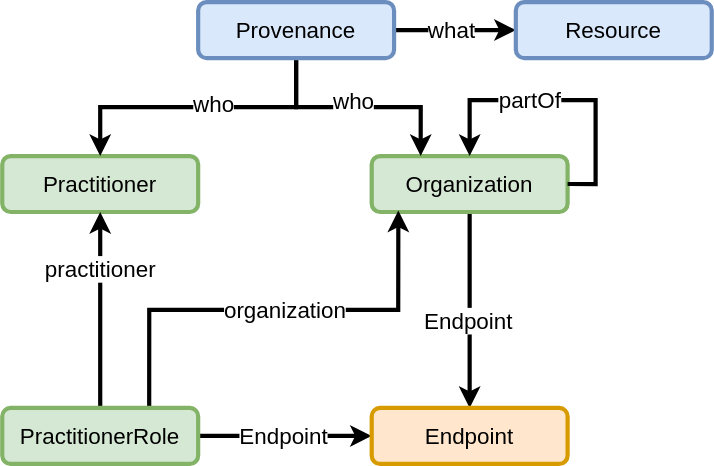
Before: images/VZD_FHIR_Directory_Resourcen.svg, a diagram exported from draw.io (gematik/api-vzd). Source tidied: cells renumbered, new cells last; positions are measured from the earlier drawing's top-left corner, leaving out a move shared by most shapes.
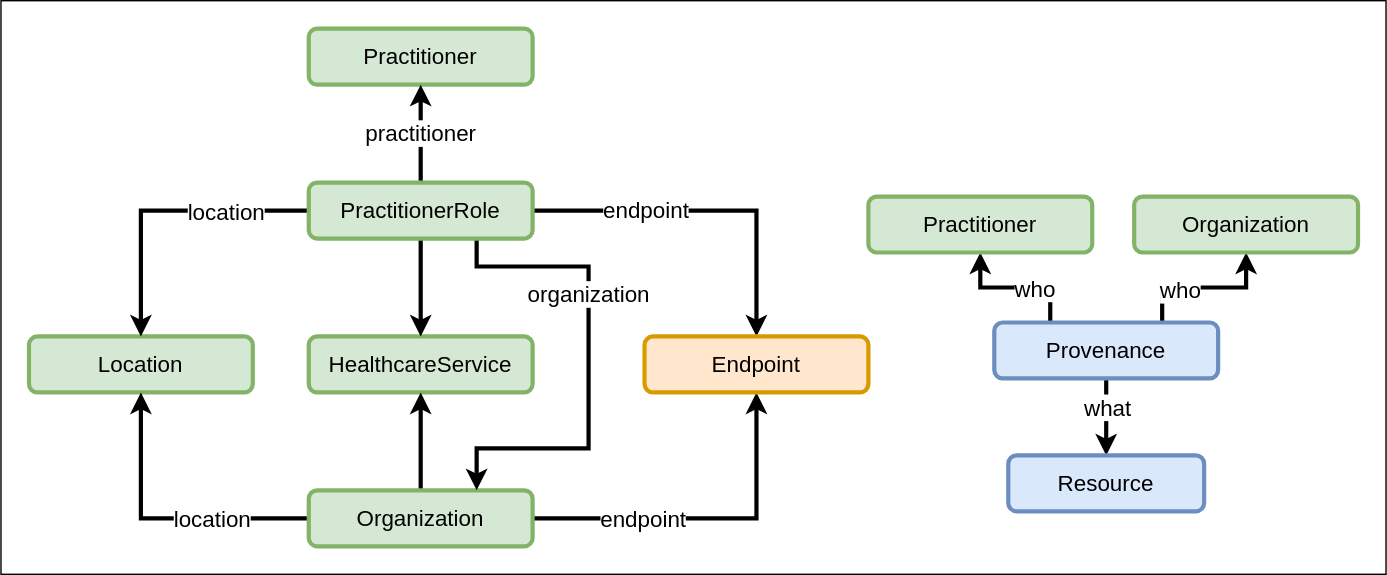
After the change.

The edit, as a diff of the source:
```diff
@@ -1,88 +1,106 @@
-<mxGraphModel>
+<mxGraphModel background="#FFFFFF">
   <root>
     <mxCell id="0" />
     <mxCell id="1" parent="0" />
-    <mxCell id="2" style="edgeStyle=orthogonalEdgeStyle;rounded=0;jettySize=auto;html=1;exitX=0.5;exitY=1;exitDx=0;exitDy=0;fontSize=16;strokeWidth=3;" parent="1" edge="1" source="4" target="13">
-      <mxGeometry relative="1" as="geometry" />
-    </mxCell>
-    <mxCell id="3" value="Endpoint" style="edgeLabel;html=1;align=center;verticalAlign=middle;fontSize=16;" parent="2" vertex="1">
-      <mxGeometry x="0.1" y="-1" relative="1" as="geometry" />
-    </mxCell>
-    <mxCell id="4" value="Organization" style="rounded=1;whiteSpace=wrap;html=1;fillColor=#d5e8d4;strokeColor=#82b366;strokeWidth=3;fontSize=16;" parent="1" vertex="1">
-      <mxGeometry x="264" y="110" width="140" height="40" as="geometry" />
-    </mxCell>
-    <mxCell id="5" value="Practitioner" style="rounded=1;whiteSpace=wrap;html=1;fillColor=#d5e8d4;strokeColor=#82b366;strokeWidth=3;fontSize=16;" parent="1" vertex="1">
-      <mxGeometry y="110" width="140" height="40" as="geometry" />
-    </mxCell>
+    <mxCell id="24" style="rounded=0;whiteSpace=wrap;html=1;fontSize=16;fillColor=none;" parent="1" vertex="1">
+      <mxGeometry x="-360" y="-500" width="990" height="410" as="geometry" />
+    </mxCell>
+    <mxCell id="25" value="HealthcareService" style="rounded=1;whiteSpace=wrap;html=1;fillColor=#d5e8d4;strokeColor=#82b366;strokeWidth=3;fontSize=16;" parent="1" vertex="1">
+      <mxGeometry x="-140" y="-260" width="160" height="40" as="geometry" />
+    </mxCell>
+    <mxCell id="26" value="Location" style="rounded=1;whiteSpace=wrap;html=1;fillColor=#d5e8d4;strokeColor=#82b366;strokeWidth=3;fontSize=16;" parent="1" vertex="1">
+      <mxGeometry x="-340" y="-260" width="160" height="40" as="geometry" />
+    </mxCell>
+    <mxCell id="27" style="edgeStyle=orthogonalEdgeStyle;rounded=0;jettySize=auto;html=1;entryX=0.5;entryY=1;entryDx=0;entryDy=0;strokeWidth=3;" parent="1" edge="1" source="32" target="26">
+      <mxGeometry relative="1" as="geometry" />
+    </mxCell>
+    <mxCell id="28" value="location" style="edgeLabel;html=1;align=center;verticalAlign=middle;fontSize=16;" parent="27" vertex="1">
+      <mxGeometry x="-0.26" y="1" relative="1" as="geometry">
+        <mxPoint x="8" y="-1" as="offset" />
+      </mxGeometry>
+    </mxCell>
+    <mxCell id="29" style="edgeStyle=orthogonalEdgeStyle;rounded=0;jettySize=auto;html=1;entryX=0.5;entryY=1;entryDx=0;entryDy=0;strokeWidth=3;" parent="1" edge="1" source="32" target="13">
+      <mxGeometry relative="1" as="geometry" />
+    </mxCell>
+    <mxCell id="30" value="endpoint" style="edgeLabel;html=1;align=center;verticalAlign=middle;fontSize=16;" parent="29" vertex="1">
+      <mxGeometry x="-0.38" relative="1" as="geometry" />
+    </mxCell>
+    <mxCell id="31" style="edgeStyle=orthogonalEdgeStyle;rounded=0;jettySize=auto;html=1;exitX=0.5;exitY=0;exitDx=0;exitDy=0;entryX=0.5;entryY=1;entryDx=0;entryDy=0;strokeWidth=3;" parent="1" edge="1" source="32" target="25">
+      <mxGeometry relative="1" as="geometry" />
+    </mxCell>
+    <mxCell id="32" value="Organization" style="rounded=1;whiteSpace=wrap;html=1;fillColor=#d5e8d4;strokeColor=#82b366;strokeWidth=3;fontSize=16;" parent="1" vertex="1">
+      <mxGeometry x="-140" y="-150" width="160" height="40" as="geometry" />
+    </mxCell>
+    <mxCell id="33" value="Practitioner" style="rounded=1;whiteSpace=wrap;html=1;fillColor=#d5e8d4;strokeColor=#82b366;strokeWidth=3;fontSize=16;" parent="1" vertex="1">
+      <mxGeometry x="-140" y="-480" width="160" height="40" as="geometry" />
+    </mxCell>
+    <mxCell id="34" style="edgeStyle=orthogonalEdgeStyle;rounded=0;jettySize=auto;html=1;entryX=0.5;entryY=0;entryDx=0;entryDy=0;strokeWidth=3;" parent="1" edge="1" source="12" target="26">
+      <mxGeometry relative="1" as="geometry" />
+    </mxCell>
+    <mxCell id="35" value="location" style="edgeLabel;html=1;align=center;verticalAlign=middle;fontSize=16;" parent="34" vertex="1">
+      <mxGeometry x="-0.2" y="3" relative="1" as="geometry">
+        <mxPoint x="24" y="-3" as="offset" />
+      </mxGeometry>
+    </mxCell>
-    <mxCell id="6" style="edgeStyle=orthogonalEdgeStyle;rounded=0;jettySize=auto;html=1;exitX=1;exitY=0.5;exitDx=0;exitDy=0;entryX=0;entryY=0.5;entryDx=0;entryDy=0;fontSize=16;strokeWidth=3;" parent="1" edge="1" source="12" target="13">
+    <mxCell id="6" style="edgeStyle=orthogonalEdgeStyle;rounded=0;jettySize=auto;html=1;entryX=0.5;entryY=0;entryDx=0;entryDy=0;strokeWidth=3;" parent="1" edge="1" source="12" target="13">
       <mxGeometry relative="1" as="geometry" />
     </mxCell>
-    <mxCell id="7" value="Endpoint" style="edgeLabel;html=1;align=center;verticalAlign=middle;fontSize=16;" parent="6" vertex="1">
-      <mxGeometry x="-0.26" relative="1" as="geometry">
-        <mxPoint x="14" as="offset" />
-      </mxGeometry>
-    </mxCell>
-    <mxCell id="8" style="edgeStyle=orthogonalEdgeStyle;rounded=0;jettySize=auto;html=1;exitX=0.5;exitY=0;exitDx=0;exitDy=0;entryX=0.5;entryY=1;entryDx=0;entryDy=0;fontSize=16;strokeWidth=3;" parent="1" edge="1" source="12" target="5">
-      <mxGeometry relative="1" as="geometry" />
-    </mxCell>
+    <mxCell id="36" value="endpoint" style="edgeLabel;html=1;align=center;verticalAlign=middle;fontSize=16;" parent="6" vertex="1">
+      <mxGeometry x="-0.38" y="-1" relative="1" as="geometry">
+        <mxPoint x="2" y="-2" as="offset" />
+      </mxGeometry>
+    </mxCell>
+    <mxCell id="37" style="edgeStyle=orthogonalEdgeStyle;rounded=0;jettySize=auto;html=1;entryX=0.5;entryY=0;entryDx=0;entryDy=0;strokeWidth=3;" parent="1" edge="1" source="12" target="25">
+      <mxGeometry relative="1" as="geometry" />
+    </mxCell>
+    <mxCell id="11" value="&lt;font style=&quot;font-size: 16px&quot;&gt;organization&lt;/font&gt;" style="edgeStyle=orthogonalEdgeStyle;rounded=0;jettySize=auto;html=1;exitX=0.75;exitY=1;exitDx=0;exitDy=0;entryX=0.75;entryY=0;entryDx=0;entryDy=0;strokeWidth=3;" parent="1" edge="1" source="12" target="32">
+      <mxGeometry x="-0.29" relative="1" as="geometry">
+        <Array as="points">
+          <mxPoint x="-20" y="-310" />
+          <mxPoint x="60" y="-310" />
+          <mxPoint x="60" y="-180" />
+          <mxPoint x="-20" y="-180" />
+        </Array>
+      </mxGeometry>
+    </mxCell>
-    <mxCell id="9" value="practitioner" style="edgeLabel;html=1;align=center;verticalAlign=middle;fontSize=16;" parent="8" vertex="1">
-      <mxGeometry x="0.54" y="1" relative="1" as="geometry">
-        <mxPoint x="1" y="8" as="offset" />
-      </mxGeometry>
+    <mxCell id="9" value="practitioner" style="edgeStyle=orthogonalEdgeStyle;rounded=0;jettySize=auto;html=1;exitX=0.5;exitY=0;exitDx=0;exitDy=0;entryX=0.5;entryY=1;entryDx=0;entryDy=0;fontSize=16;strokeWidth=3;" parent="1" edge="1" source="12" target="33">
+      <mxGeometry relative="1" as="geometry" />
     </mxCell>
-    <mxCell id="10" style="edgeStyle=orthogonalEdgeStyle;rounded=0;jettySize=auto;html=1;exitX=0.75;exitY=0;exitDx=0;exitDy=0;entryX=0.136;entryY=0.975;entryDx=0;entryDy=0;entryPerimeter=0;fontSize=16;strokeWidth=3;" parent="1" edge="1" source="12" target="4">
-      <mxGeometry relative="1" as="geometry" />
-    </mxCell>
-    <mxCell id="11" value="organization" style="edgeLabel;html=1;align=center;verticalAlign=middle;fontSize=16;" parent="10" vertex="1">
-      <mxGeometry x="0.05" y="-1" relative="1" as="geometry">
-        <mxPoint y="-1" as="offset" />
-      </mxGeometry>
-    </mxCell>
     <mxCell id="12" value="PractitionerRole" style="rounded=1;whiteSpace=wrap;html=1;fillColor=#d5e8d4;strokeColor=#82b366;strokeWidth=3;fontSize=16;" parent="1" vertex="1">
-      <mxGeometry y="290" width="140" height="40" as="geometry" />
+      <mxGeometry x="-140" y="-370" width="160" height="40" as="geometry" />
     </mxCell>
     <mxCell id="13" value="Endpoint" style="rounded=1;whiteSpace=wrap;html=1;fillColor=#ffe6cc;strokeColor=#d79b00;strokeWidth=3;fontSize=16;" parent="1" vertex="1">
-      <mxGeometry x="264" y="290" width="140" height="40" as="geometry" />
+      <mxGeometry x="100" y="-260" width="160" height="40" as="geometry" />
     </mxCell>
-    <mxCell id="14" style="edgeStyle=orthogonalEdgeStyle;rounded=0;orthogonalLoop=1;jettySize=auto;html=1;exitX=1;exitY=0.5;exitDx=0;exitDy=0;entryX=0.5;entryY=0;entryDx=0;entryDy=0;fontSize=16;strokeWidth=3;" parent="1" edge="1" source="4" target="4">
-      <mxGeometry relative="1" as="geometry">
-        <Array as="points">
-          <mxPoint x="424" y="130" />
-          <mxPoint x="424" y="70" />
-          <mxPoint x="334" y="70" />
-        </Array>
-      </mxGeometry>
-    </mxCell>
-    <mxCell id="15" value="partOf" style="edgeLabel;html=1;align=center;verticalAlign=middle;fontSize=16;" parent="14" vertex="1">
-      <mxGeometry x="0.21" y="3" relative="1" as="geometry">
-        <mxPoint y="-3" as="offset" />
-      </mxGeometry>
-    </mxCell>
-    <mxCell id="16" style="edgeStyle=orthogonalEdgeStyle;rounded=0;jettySize=auto;html=1;entryX=0.5;entryY=0;entryDx=0;entryDy=0;fontSize=16;strokeWidth=3;" parent="1" edge="1" source="22" target="5">
-      <mxGeometry relative="1" as="geometry" />
-    </mxCell>
-    <mxCell id="17" value="who" style="edgeLabel;html=1;align=center;verticalAlign=middle;fontSize=16;" parent="16" vertex="1">
-      <mxGeometry x="-0.1" y="-2" relative="1" as="geometry" />
-    </mxCell>
-    <mxCell id="18" style="edgeStyle=orthogonalEdgeStyle;rounded=0;jettySize=auto;html=1;entryX=0.25;entryY=0;entryDx=0;entryDy=0;fontSize=16;strokeWidth=3;" parent="1" edge="1" source="22" target="4">
-      <mxGeometry relative="1" as="geometry" />
-    </mxCell>
-    <mxCell id="19" value="who" style="edgeLabel;html=1;align=center;verticalAlign=middle;fontSize=16;" parent="18" vertex="1">
-      <mxGeometry x="-0.04" y="4" relative="1" as="geometry" />
-    </mxCell>
-    <mxCell id="20" style="edgeStyle=orthogonalEdgeStyle;rounded=0;jettySize=auto;html=1;exitX=1;exitY=0.5;exitDx=0;exitDy=0;fontSize=16;strokeWidth=3;" parent="1" edge="1" source="22" target="23">
+    <mxCell id="20" style="edgeStyle=orthogonalEdgeStyle;rounded=0;jettySize=auto;html=1;entryX=0.5;entryY=0;entryDx=0;entryDy=0;fontSize=16;strokeWidth=3;" parent="1" edge="1" source="22" target="23">
       <mxGeometry relative="1" as="geometry" />
     </mxCell>
     <mxCell id="21" value="what" style="edgeLabel;html=1;align=center;verticalAlign=middle;fontSize=16;" parent="20" vertex="1">
-      <mxGeometry x="-0.4" y="-1" relative="1" as="geometry">
-        <mxPoint x="14" y="-1" as="offset" />
-      </mxGeometry>
+      <mxGeometry x="-0.27" relative="1" as="geometry" />
     </mxCell>
+    <mxCell id="38" style="edgeStyle=orthogonalEdgeStyle;rounded=0;jettySize=auto;html=1;exitX=0.25;exitY=0;exitDx=0;exitDy=0;entryX=0.5;entryY=1;entryDx=0;entryDy=0;fontSize=16;strokeWidth=3;" parent="1" edge="1" source="22" target="42">
+      <mxGeometry relative="1" as="geometry" />
+    </mxCell>
+    <mxCell id="39" value="who" style="edgeLabel;html=1;align=center;verticalAlign=middle;fontSize=16;" parent="38" vertex="1">
+      <mxGeometry x="-0.26" relative="1" as="geometry" />
+    </mxCell>
+    <mxCell id="40" style="edgeStyle=orthogonalEdgeStyle;rounded=0;jettySize=auto;html=1;exitX=0.75;exitY=0;exitDx=0;exitDy=0;entryX=0.5;entryY=1;entryDx=0;entryDy=0;fontSize=16;strokeWidth=3;" parent="1" edge="1" source="22" target="43">
+      <mxGeometry relative="1" as="geometry" />
+    </mxCell>
+    <mxCell id="41" value="who" style="edgeLabel;html=1;align=center;verticalAlign=middle;fontSize=16;" parent="40" vertex="1">
+      <mxGeometry x="-0.33" y="-1" relative="1" as="geometry" />
+    </mxCell>
     <mxCell id="22" value="Provenance" style="rounded=1;whiteSpace=wrap;html=1;fillColor=#dae8fc;strokeColor=#6c8ebf;strokeWidth=3;fontSize=16;" parent="1" vertex="1">
-      <mxGeometry x="140" width="140" height="40" as="geometry" />
+      <mxGeometry x="350" y="-270" width="160" height="40" as="geometry" />
     </mxCell>
     <mxCell id="23" value="Resource" style="rounded=1;whiteSpace=wrap;html=1;fillColor=#dae8fc;strokeColor=#6c8ebf;strokeWidth=3;fontSize=16;" parent="1" vertex="1">
-      <mxGeometry x="367" width="140" height="40" as="geometry" />
+      <mxGeometry x="360" y="-175" width="140" height="40" as="geometry" />
     </mxCell>
+    <mxCell id="42" value="Practitioner" style="rounded=1;whiteSpace=wrap;html=1;fillColor=#d5e8d4;strokeColor=#82b366;strokeWidth=3;fontSize=16;" parent="1" vertex="1">
+      <mxGeometry x="260" y="-360" width="160" height="40" as="geometry" />
+    </mxCell>
+    <mxCell id="43" value="Organization" style="rounded=1;whiteSpace=wrap;html=1;fillColor=#d5e8d4;strokeColor=#82b366;strokeWidth=3;fontSize=16;" parent="1" vertex="1">
+      <mxGeometry x="450" y="-360" width="160" height="40" as="geometry" />
+    </mxCell>
   </root>
 </mxGraphModel>
```
